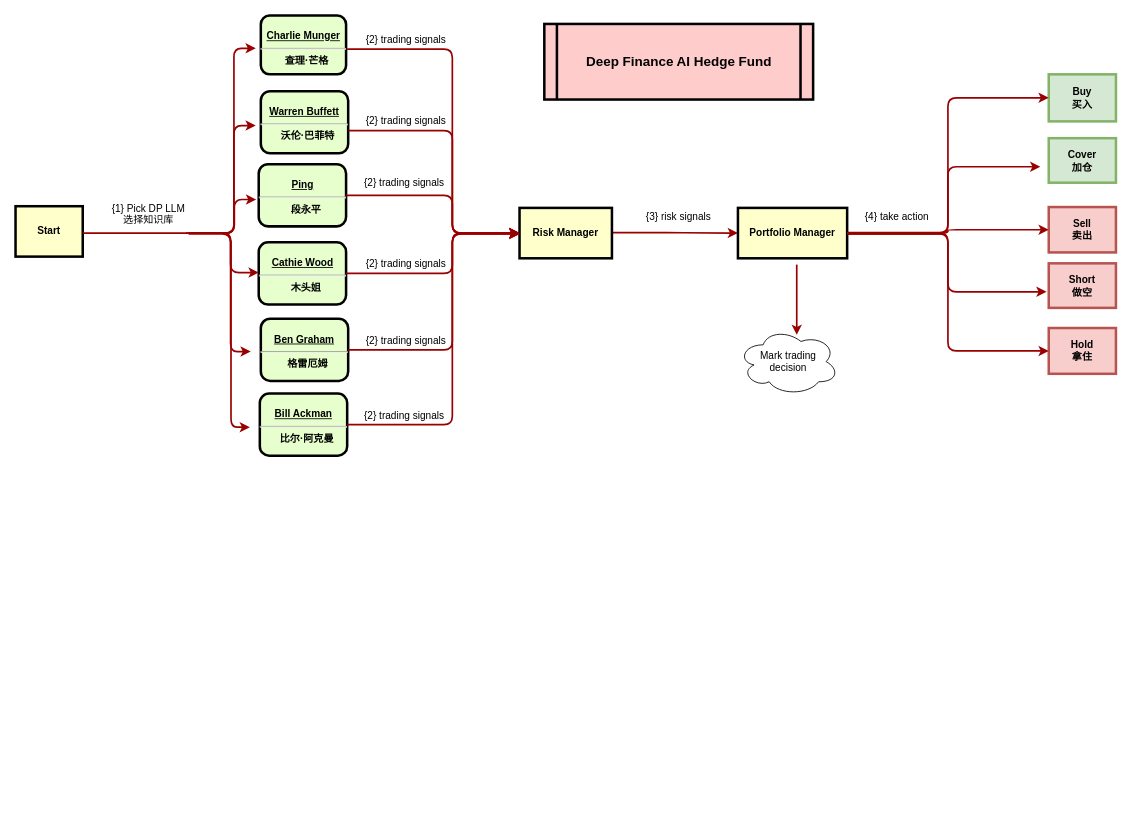
Before: DeepFinance EG.drawio in fanlongtao123/wechat-tutorial, a draw.io diagram. Source tidied: cells renumbered, new cells numbered last; positions are measured from the earlier drawing's top-left corner, leaving out a move shared by most shapes. Both pictures are drawn from the tidied source at 84%, with x=0, y=0 at pixel (15, 15).
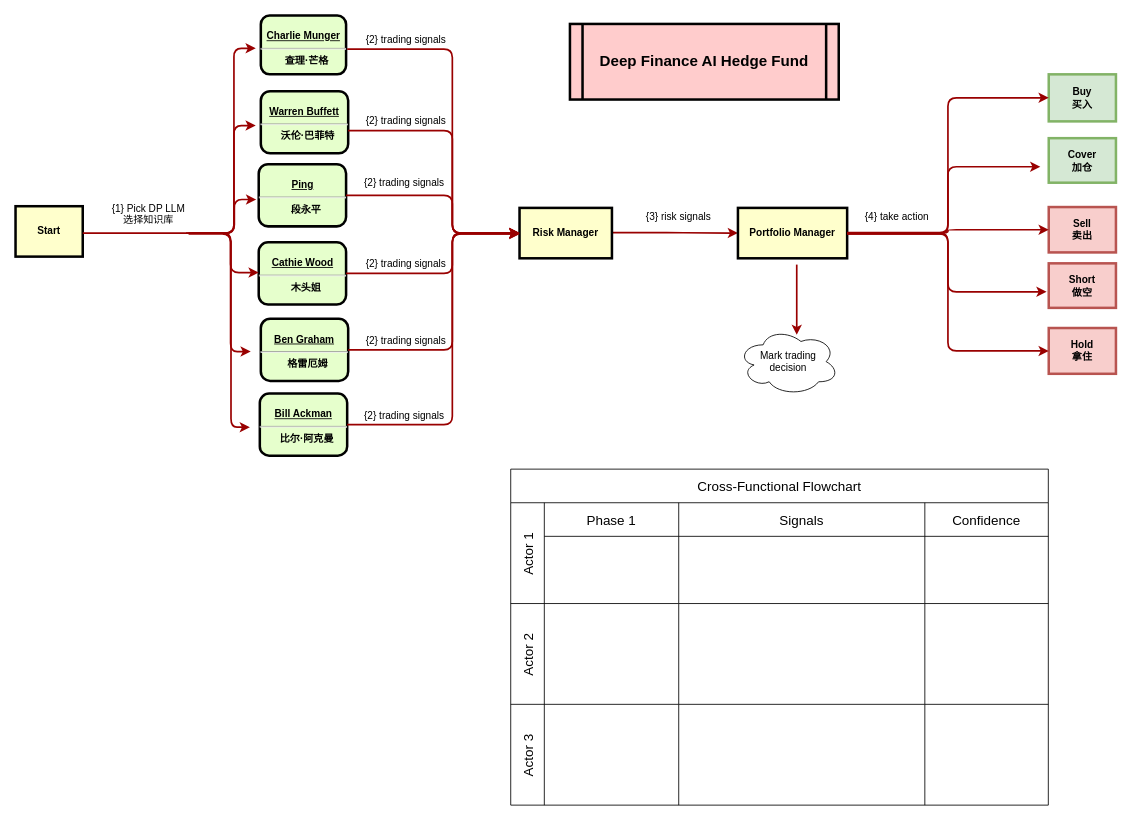
The same page after the edit.

Diff of the diagram source:
```diff
@@
-    <mxCell id="4" value="Deep Finance AI Hedge Fund" style="shape=process;whiteSpace=wrap;align=center;verticalAlign=middle;size=0.0475;fontStyle=1;strokeWidth=3;fillColor=#FFCCCC;fontSize=16;" parent="1" vertex="1">
-      <mxGeometry x="629.5" y="10" width="320" height="90" as="geometry" />
+    <mxCell id="4" value="Deep Finance AI Hedge Fund" style="shape=process;whiteSpace=wrap;align=center;verticalAlign=middle;size=0.0475;fontStyle=1;strokeWidth=3;fillColor=#FFCCCC;fontSize=18;" parent="1" vertex="1">
+      <mxGeometry x="660" y="10" width="320" height="90" as="geometry" />
     </mxCell>
@@
+    <mxCell id="46" value="Cross-Functional Flowchart" style="shape=table;childLayout=tableLayout;startSize=40;fontSize=16;" parent="1" vertex="1">
+      <mxGeometry x="589.5" y="540" width="640" height="400" as="geometry" />
+    </mxCell>
+    <mxCell id="47" value="Actor 1" style="shape=tableRow;horizontal=0;swimlaneHead=0;swimlaneBody=0;top=0;left=0;strokeColor=inherit;bottom=0;right=0;fontStyle=0;fillColor=none;startSize=40;fontSize=16;" parent="46" vertex="1">
+      <mxGeometry y="40" width="640" height="120" as="geometry" />
+    </mxCell>
+    <mxCell id="48" value="Phase 1" style="swimlane;swimlaneHead=0;swimlaneBody=0;fontStyle=0;strokeColor=inherit;fillColor=none;startSize=40;fontSize=16;" parent="47" vertex="1">
+      <mxGeometry x="40" width="160" height="120" as="geometry" />
+    </mxCell>
+    <mxCell id="49" value="Signals" style="swimlane;swimlaneHead=0;swimlaneBody=0;fontStyle=0;strokeColor=inherit;fillColor=none;startSize=40;fontSize=16;" parent="47" vertex="1">
+      <mxGeometry x="200" width="293" height="120" as="geometry" />
+    </mxCell>
+    <mxCell id="50" value="Confidence" style="swimlane;swimlaneHead=0;swimlaneBody=0;fontStyle=0;strokeColor=inherit;fillColor=none;startSize=40;fontSize=16;" parent="47" vertex="1">
+      <mxGeometry x="493" width="147" height="120" as="geometry" />
+    </mxCell>
+    <mxCell id="51" value="Actor 2" style="shape=tableRow;horizontal=0;swimlaneHead=0;swimlaneBody=0;top=0;left=0;strokeColor=inherit;bottom=0;right=0;fontStyle=0;fillColor=none;startSize=40;fontSize=16;" parent="46" vertex="1">
+      <mxGeometry y="160" width="640" height="120" as="geometry" />
+    </mxCell>
+    <mxCell id="52" style="swimlane;swimlaneHead=0;swimlaneBody=0;fontStyle=0;strokeColor=inherit;fillColor=none;startSize=0;fontSize=16;" parent="51" vertex="1">
+      <mxGeometry x="40" width="160" height="120" as="geometry" />
+    </mxCell>
+    <mxCell id="53" style="swimlane;swimlaneHead=0;swimlaneBody=0;fontStyle=0;strokeColor=inherit;fillColor=none;startSize=0;fontSize=16;" parent="51" vertex="1">
+      <mxGeometry x="200" width="293" height="120" as="geometry" />
+    </mxCell>
+    <mxCell id="54" style="swimlane;swimlaneHead=0;swimlaneBody=0;fontStyle=0;strokeColor=inherit;fillColor=none;startSize=0;fontSize=16;" parent="51" vertex="1">
+      <mxGeometry x="493" width="147" height="120" as="geometry" />
+    </mxCell>
+    <mxCell id="55" value="Actor 3" style="shape=tableRow;horizontal=0;swimlaneHead=0;swimlaneBody=0;top=0;left=0;strokeColor=inherit;bottom=0;right=0;fontStyle=0;fillColor=none;startSize=40;fontSize=16;" parent="46" vertex="1">
+      <mxGeometry y="280" width="640" height="120" as="geometry" />
+    </mxCell>
+    <mxCell id="56" style="swimlane;swimlaneHead=0;swimlaneBody=0;fontStyle=0;strokeColor=inherit;fillColor=none;startSize=0;fontSize=16;" parent="55" vertex="1">
+      <mxGeometry x="40" width="160" height="120" as="geometry" />
+    </mxCell>
+    <mxCell id="57" style="swimlane;swimlaneHead=0;swimlaneBody=0;fontStyle=0;strokeColor=inherit;fillColor=none;startSize=0;fontSize=16;" parent="55" vertex="1">
+      <mxGeometry x="200" width="293" height="120" as="geometry" />
+    </mxCell>
+    <mxCell id="58" style="swimlane;swimlaneHead=0;swimlaneBody=0;fontStyle=0;strokeColor=inherit;fillColor=none;startSize=0;fontSize=16;" parent="55" vertex="1">
+      <mxGeometry x="493" width="147" height="120" as="geometry" />
+    </mxCell>
```
